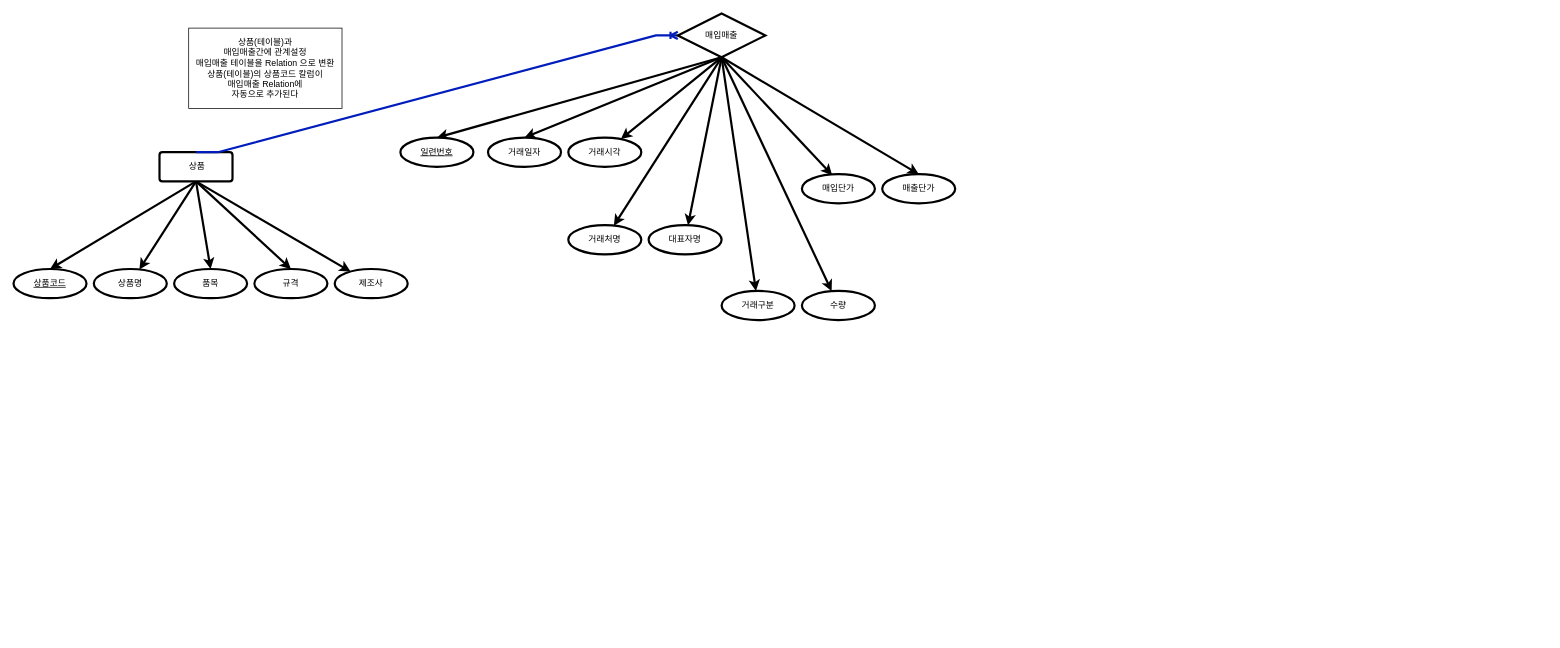
callor/Biz-DBMS-505-2024-01 keeps this draw.io diagram as 매입매출/매입매출_v2.drawio. Above is the earlier version. Source tidied: cells renumbered, new cells numbered last; positions are measured from the earlier drawing's top-left corner, leaving out a move shared by most shapes. Both pictures are drawn from the tidied source at 73%, with x=0, y=0 at pixel (13, 13).
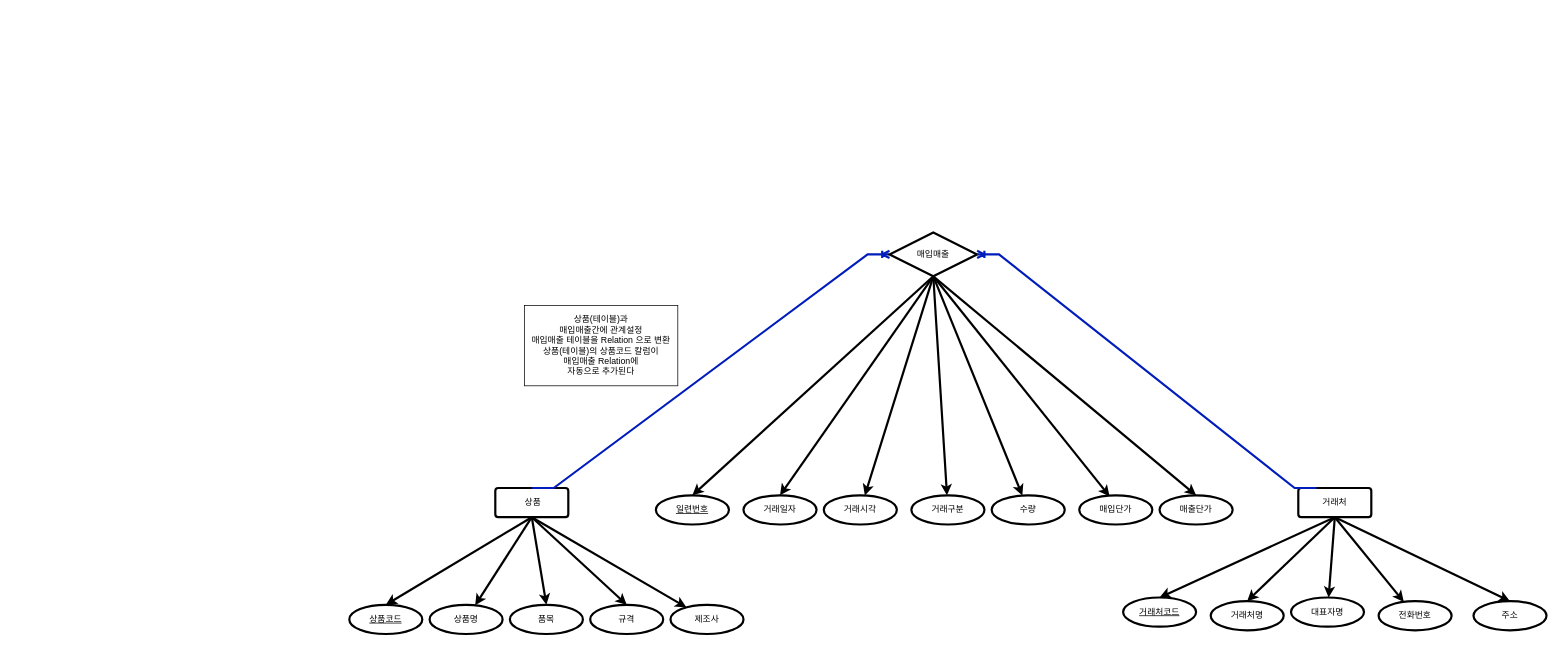
The same page after the edit.

The edit, as a diff of the source:
```diff
@@
-    <mxCell id="5" style="rounded=0;jettySize=auto;html=1;exitX=0.5;exitY=1;exitDx=0;exitDy=0;strokeColor=default;strokeWidth=3;" parent="1" edge="1" source="32" target="14">
-      <mxGeometry relative="1" as="geometry" />
-    </mxCell>
-    <mxCell id="6" style="rounded=0;jettySize=auto;html=1;strokeColor=default;strokeWidth=3;exitX=0.5;exitY=1;exitDx=0;exitDy=0;" parent="1" edge="1" source="32" target="15">
-      <mxGeometry relative="1" as="geometry" />
-    </mxCell>
@@
     <mxCell id="11" value="일련번호" style="ellipse;whiteSpace=wrap;html=1;align=center;fontStyle=4;strokeColor=default;strokeWidth=3;" parent="1" vertex="1">
-      <mxGeometry x="530" y="170" width="100" height="40" as="geometry" />
+      <mxGeometry x="880" y="660" width="100" height="40" as="geometry" />
     </mxCell>
     <mxCell id="12" value="거래일자" style="ellipse;whiteSpace=wrap;html=1;align=center;strokeColor=default;strokeWidth=3;" parent="1" vertex="1">
-      <mxGeometry x="650" y="170" width="100" height="40" as="geometry" />
+      <mxGeometry x="1000" y="660" width="100" height="40" as="geometry" />
     </mxCell>
     <mxCell id="13" value="거래시각" style="ellipse;whiteSpace=wrap;html=1;align=center;strokeColor=default;strokeWidth=3;" parent="1" vertex="1">
-      <mxGeometry x="760" y="170" width="100" height="40" as="geometry" />
+      <mxGeometry x="1110" y="660" width="100" height="40" as="geometry" />
     </mxCell>
-    <mxCell id="14" value="거래처명" style="ellipse;whiteSpace=wrap;html=1;align=center;strokeColor=default;strokeWidth=3;" parent="1" vertex="1">
-      <mxGeometry x="760" y="290" width="100" height="40" as="geometry" />
-    </mxCell>
-    <mxCell id="15" value="대표자명" style="ellipse;whiteSpace=wrap;html=1;align=center;strokeColor=default;strokeWidth=3;" parent="1" vertex="1">
-      <mxGeometry x="870" y="290" width="100" height="40" as="geometry" />
-    </mxCell>
     <mxCell id="16" value="거래구분" style="ellipse;whiteSpace=wrap;html=1;align=center;strokeColor=default;strokeWidth=3;" parent="1" vertex="1">
-      <mxGeometry x="970" y="380" width="100" height="40" as="geometry" />
+      <mxGeometry x="1230" y="660" width="100" height="40" as="geometry" />
     </mxCell>
     <mxCell id="17" value="수량" style="ellipse;whiteSpace=wrap;html=1;align=center;strokeColor=default;strokeWidth=3;" parent="1" vertex="1">
-      <mxGeometry x="1080" y="380" width="100" height="40" as="geometry" />
+      <mxGeometry x="1340" y="660" width="100" height="40" as="geometry" />
     </mxCell>
     <mxCell id="18" value="매입단가" style="ellipse;whiteSpace=wrap;html=1;align=center;strokeColor=default;strokeWidth=3;" parent="1" vertex="1">
-      <mxGeometry x="1080" y="220" width="100" height="40" as="geometry" />
+      <mxGeometry x="1460" y="660" width="100" height="40" as="geometry" />
     </mxCell>
     <mxCell id="19" value="매출단가" style="ellipse;whiteSpace=wrap;html=1;align=center;strokeColor=default;strokeWidth=3;" parent="1" vertex="1">
-      <mxGeometry x="1190" y="220" width="100" height="40" as="geometry" />
+      <mxGeometry x="1570" y="660" width="100" height="40" as="geometry" />
     </mxCell>
@@
     <mxCell id="25" value="&amp;nbsp;상품" style="rounded=1;arcSize=10;whiteSpace=wrap;html=1;align=center;strokeWidth=3;" parent="1" vertex="1">
-      <mxGeometry x="200" y="190" width="100" height="40" as="geometry" />
+      <mxGeometry x="660" y="650" width="100" height="40" as="geometry" />
     </mxCell>
     <mxCell id="26" value="상품코드" style="ellipse;whiteSpace=wrap;html=1;align=center;fontStyle=4;strokeWidth=3;" parent="1" vertex="1">
-      <mxGeometry y="350" width="100" height="40" as="geometry" />
+      <mxGeometry x="460" y="810" width="100" height="40" as="geometry" />
     </mxCell>
     <mxCell id="27" value="상품명" style="ellipse;whiteSpace=wrap;html=1;align=center;strokeWidth=3;" parent="1" vertex="1">
-      <mxGeometry x="110" y="350" width="100" height="40" as="geometry" />
+      <mxGeometry x="570" y="810" width="100" height="40" as="geometry" />
     </mxCell>
     <mxCell id="28" value="품목" style="ellipse;whiteSpace=wrap;html=1;align=center;strokeWidth=3;" parent="1" vertex="1">
-      <mxGeometry x="220" y="350" width="100" height="40" as="geometry" />
+      <mxGeometry x="680" y="810" width="100" height="40" as="geometry" />
     </mxCell>
     <mxCell id="29" value="규격" style="ellipse;whiteSpace=wrap;html=1;align=center;strokeWidth=3;" parent="1" vertex="1">
-      <mxGeometry x="330" y="350" width="100" height="40" as="geometry" />
+      <mxGeometry x="790" y="810" width="100" height="40" as="geometry" />
     </mxCell>
     <mxCell id="30" value="제조사" style="ellipse;whiteSpace=wrap;html=1;align=center;strokeWidth=3;" parent="1" vertex="1">
-      <mxGeometry x="440" y="350" width="100" height="40" as="geometry" />
+      <mxGeometry x="900" y="810" width="100" height="40" as="geometry" />
     </mxCell>
     <mxCell id="31" style="edgeStyle=entityRelationEdgeStyle;fontSize=12;html=1;endArrow=ERoneToMany;rounded=0;exitX=0.5;exitY=0;exitDx=0;exitDy=0;entryX=0;entryY=0.5;entryDx=0;entryDy=0;strokeWidth=3;fillColor=#0050ef;strokeColor=#001DBC;" parent="1" edge="1" source="25" target="32">
       <mxGeometry relative="1" as="geometry">
         <Array as="points">
-          <mxPoint x="310" y="350" />
+          <mxPoint x="660" y="840" />
         </Array>
       </mxGeometry>
     </mxCell>
     <mxCell id="32" value="매입매출" style="shape=rhombus;perimeter=rhombusPerimeter;whiteSpace=wrap;html=1;align=center;strokeWidth=3;" parent="1" vertex="1">
-      <mxGeometry x="910" width="120" height="60" as="geometry" />
+      <mxGeometry x="1200" y="300" width="120" height="60" as="geometry" />
     </mxCell>
     <mxCell id="33" value="상품(테이블)과&lt;br&gt;매입매출간에 관계설정&lt;br&gt;매입매출 테이블을 Relation 으로 변환&lt;br&gt;상품(테이블)의 상품코드 칼럼이&lt;br&gt;매입매출 Relation에 &lt;br&gt;자동으로 추가된다" style="whiteSpace=wrap;html=1;" parent="1" vertex="1">
-      <mxGeometry x="240" y="20" width="210" height="110" as="geometry" />
+      <mxGeometry x="700" y="400" width="210" height="110" as="geometry" />
     </mxCell>
+    <mxCell id="34" style="rounded=0;jettySize=auto;html=1;entryX=0.5;entryY=0;entryDx=0;entryDy=0;exitX=0.5;exitY=1;exitDx=0;exitDy=0;strokeWidth=3;" parent="1" edge="1" source="39" target="40">
+      <mxGeometry relative="1" as="geometry" />
+    </mxCell>
+    <mxCell id="35" style="rounded=0;jettySize=auto;html=1;exitX=0.5;exitY=1;exitDx=0;exitDy=0;entryX=0.5;entryY=0;entryDx=0;entryDy=0;strokeWidth=3;" parent="1" edge="1" source="39" target="14">
+      <mxGeometry relative="1" as="geometry" />
+    </mxCell>
+    <mxCell id="36" style="rounded=0;jettySize=auto;html=1;exitX=0.5;exitY=1;exitDx=0;exitDy=0;strokeWidth=3;" parent="1" edge="1" source="39" target="15">
+      <mxGeometry relative="1" as="geometry" />
+    </mxCell>
+    <mxCell id="37" style="rounded=0;jettySize=auto;html=1;exitX=0.5;exitY=1;exitDx=0;exitDy=0;strokeWidth=3;" parent="1" edge="1" source="39" target="41">
+      <mxGeometry relative="1" as="geometry" />
+    </mxCell>
+    <mxCell id="38" style="rounded=0;jettySize=auto;html=1;exitX=0.5;exitY=1;exitDx=0;exitDy=0;strokeWidth=3;entryX=0.5;entryY=0;entryDx=0;entryDy=0;" parent="1" edge="1" source="39" target="42">
+      <mxGeometry relative="1" as="geometry" />
+    </mxCell>
+    <mxCell id="39" value="거래처" style="rounded=1;arcSize=10;whiteSpace=wrap;html=1;align=center;strokeWidth=3;" parent="1" vertex="1">
+      <mxGeometry x="1760" y="650" width="100" height="40" as="geometry" />
+    </mxCell>
+    <mxCell id="40" value="거래처코드" style="ellipse;whiteSpace=wrap;html=1;align=center;fontStyle=4;strokeWidth=3;" parent="1" vertex="1">
+      <mxGeometry x="1520" y="800" width="100" height="40" as="geometry" />
+    </mxCell>
+    <mxCell id="14" value="거래처명" style="ellipse;whiteSpace=wrap;html=1;align=center;strokeWidth=3;" parent="1" vertex="1">
+      <mxGeometry x="1640" y="805" width="100" height="40" as="geometry" />
+    </mxCell>
+    <mxCell id="15" value="대표자명" style="ellipse;whiteSpace=wrap;html=1;align=center;strokeWidth=3;" parent="1" vertex="1">
+      <mxGeometry x="1750" y="800" width="100" height="40" as="geometry" />
+    </mxCell>
+    <mxCell id="41" value="전화번호" style="ellipse;whiteSpace=wrap;html=1;align=center;strokeWidth=3;" parent="1" vertex="1">
+      <mxGeometry x="1870" y="805" width="100" height="40" as="geometry" />
+    </mxCell>
+    <mxCell id="42" value="주소" style="ellipse;whiteSpace=wrap;html=1;align=center;strokeWidth=3;" parent="1" vertex="1">
+      <mxGeometry x="2000" y="805" width="100" height="40" as="geometry" />
+    </mxCell>
+    <mxCell id="43" style="edgeStyle=entityRelationEdgeStyle;fontSize=12;html=1;endArrow=ERoneToMany;rounded=0;exitX=0.25;exitY=0;exitDx=0;exitDy=0;entryX=1;entryY=0.5;entryDx=0;entryDy=0;strokeWidth=3;fillColor=#0050ef;strokeColor=#001DBC;" parent="1" edge="1" source="39" target="32">
+      <mxGeometry relative="1" as="geometry">
+        <Array as="points">
+          <mxPoint x="3310" y="550" />
+          <mxPoint x="1690" y="780" />
+        </Array>
+      </mxGeometry>
+    </mxCell>
```
